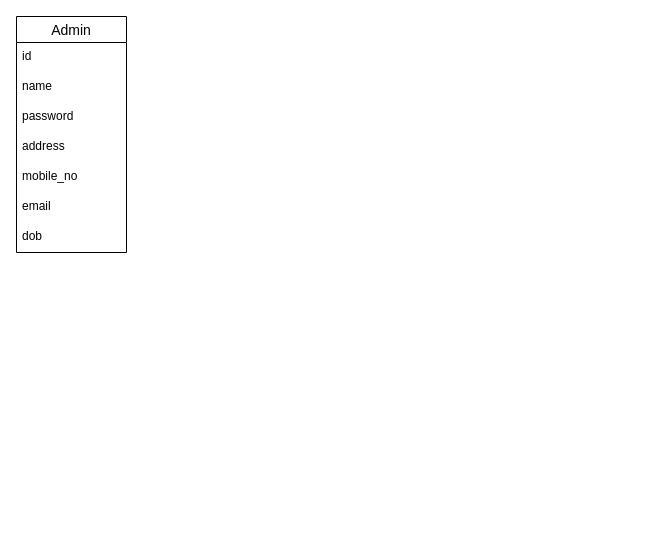
The draw.io diagram Untitled Diagram.drawio in ssaymanasrin10/projects, before the edit. Source tidied: cells renumbered, new cells numbered last; positions are measured from the earlier drawing's top-left corner, leaving out a move shared by most shapes. Both pictures are drawn from the tidied source at 100%, with x=0, y=0 at pixel (16, 16).
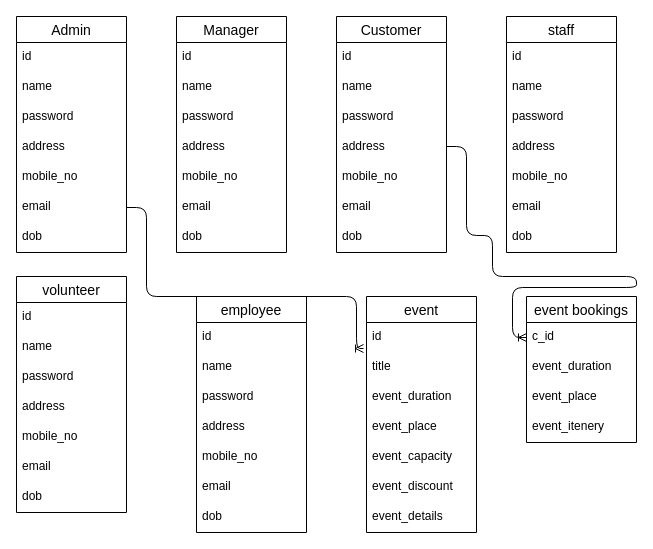
Above is the later version.

Unchanged cells that the change refers to:
```xml
<mxCell id="8" value="email" style="text;strokeColor=none;fillColor=none;spacingLeft=4;spacingRight=4;overflow=hidden;points=[[0,0.5],[1,0.5]];portConstraint=eastwest;fontSize=12;" parent="2" vertex="1">
  <mxGeometry y="176" width="110" height="30" as="geometry" />
</mxCell>
```

What changed in the source:
```diff
@@
+    <mxCell id="10" value="Manager" style="swimlane;fontStyle=0;horizontal=1;startSize=26;align=center;fontSize=14;" parent="1" vertex="1">
+      <mxGeometry x="160" width="110" height="236" as="geometry" />
+    </mxCell>
+    <mxCell id="11" value="id" style="text;strokeColor=none;fillColor=none;spacingLeft=4;spacingRight=4;overflow=hidden;fontSize=12;" parent="10" vertex="1">
+      <mxGeometry y="26" width="110" height="30" as="geometry" />
+    </mxCell>
+    <mxCell id="12" value="name" style="text;strokeColor=none;fillColor=none;spacingLeft=4;spacingRight=4;overflow=hidden;fontSize=12;" parent="10" vertex="1">
+      <mxGeometry y="56" width="110" height="30" as="geometry" />
+    </mxCell>
+    <mxCell id="13" value="password" style="text;strokeColor=none;fillColor=none;spacingLeft=4;spacingRight=4;overflow=hidden;fontSize=12;" parent="10" vertex="1">
+      <mxGeometry y="86" width="110" height="30" as="geometry" />
+    </mxCell>
+    <mxCell id="14" value="address" style="text;strokeColor=none;fillColor=none;spacingLeft=4;spacingRight=4;overflow=hidden;fontSize=12;" parent="10" vertex="1">
+      <mxGeometry y="116" width="110" height="30" as="geometry" />
+    </mxCell>
+    <mxCell id="15" value="mobile_no" style="text;strokeColor=none;fillColor=none;spacingLeft=4;spacingRight=4;overflow=hidden;fontSize=12;" parent="10" vertex="1">
+      <mxGeometry y="146" width="110" height="30" as="geometry" />
+    </mxCell>
+    <mxCell id="16" value="email" style="text;strokeColor=none;fillColor=none;spacingLeft=4;spacingRight=4;overflow=hidden;fontSize=12;" parent="10" vertex="1">
+      <mxGeometry y="176" width="110" height="30" as="geometry" />
+    </mxCell>
+    <mxCell id="17" value="dob" style="text;strokeColor=none;fillColor=none;spacingLeft=4;spacingRight=4;overflow=hidden;fontSize=12;" parent="10" vertex="1">
+      <mxGeometry y="206" width="110" height="30" as="geometry" />
+    </mxCell>
+    <mxCell id="18" value="Customer" style="swimlane;fontStyle=0;horizontal=1;startSize=26;align=center;fontSize=14;" parent="1" vertex="1">
+      <mxGeometry x="320" width="110" height="236" as="geometry" />
+    </mxCell>
+    <mxCell id="19" value="id" style="text;strokeColor=none;fillColor=none;spacingLeft=4;spacingRight=4;overflow=hidden;fontSize=12;" parent="18" vertex="1">
+      <mxGeometry y="26" width="110" height="30" as="geometry" />
+    </mxCell>
+    <mxCell id="20" value="name" style="text;strokeColor=none;fillColor=none;spacingLeft=4;spacingRight=4;overflow=hidden;fontSize=12;" parent="18" vertex="1">
+      <mxGeometry y="56" width="110" height="30" as="geometry" />
+    </mxCell>
+    <mxCell id="21" value="password" style="text;strokeColor=none;fillColor=none;spacingLeft=4;spacingRight=4;overflow=hidden;fontSize=12;" parent="18" vertex="1">
+      <mxGeometry y="86" width="110" height="30" as="geometry" />
+    </mxCell>
+    <mxCell id="22" value="address" style="text;strokeColor=none;fillColor=none;spacingLeft=4;spacingRight=4;overflow=hidden;fontSize=12;" parent="18" vertex="1">
+      <mxGeometry y="116" width="110" height="30" as="geometry" />
+    </mxCell>
+    <mxCell id="23" value="mobile_no" style="text;strokeColor=none;fillColor=none;spacingLeft=4;spacingRight=4;overflow=hidden;fontSize=12;" parent="18" vertex="1">
+      <mxGeometry y="146" width="110" height="30" as="geometry" />
+    </mxCell>
+    <mxCell id="24" value="email" style="text;strokeColor=none;fillColor=none;spacingLeft=4;spacingRight=4;overflow=hidden;fontSize=12;" parent="18" vertex="1">
+      <mxGeometry y="176" width="110" height="30" as="geometry" />
+    </mxCell>
+    <mxCell id="25" value="dob" style="text;strokeColor=none;fillColor=none;spacingLeft=4;spacingRight=4;overflow=hidden;fontSize=12;" parent="18" vertex="1">
+      <mxGeometry y="206" width="110" height="30" as="geometry" />
+    </mxCell>
+    <mxCell id="26" value="staff" style="swimlane;fontStyle=0;horizontal=1;startSize=26;align=center;fontSize=14;" parent="1" vertex="1">
+      <mxGeometry x="490" width="110" height="236" as="geometry" />
+    </mxCell>
+    <mxCell id="27" value="id" style="text;strokeColor=none;fillColor=none;spacingLeft=4;spacingRight=4;overflow=hidden;fontSize=12;" parent="26" vertex="1">
+      <mxGeometry y="26" width="110" height="30" as="geometry" />
+    </mxCell>
+    <mxCell id="28" value="name" style="text;strokeColor=none;fillColor=none;spacingLeft=4;spacingRight=4;overflow=hidden;fontSize=12;" parent="26" vertex="1">
+      <mxGeometry y="56" width="110" height="30" as="geometry" />
+    </mxCell>
+    <mxCell id="29" value="password" style="text;strokeColor=none;fillColor=none;spacingLeft=4;spacingRight=4;overflow=hidden;fontSize=12;" parent="26" vertex="1">
+      <mxGeometry y="86" width="110" height="30" as="geometry" />
+    </mxCell>
+    <mxCell id="30" value="address" style="text;strokeColor=none;fillColor=none;spacingLeft=4;spacingRight=4;overflow=hidden;fontSize=12;" parent="26" vertex="1">
+      <mxGeometry y="116" width="110" height="30" as="geometry" />
+    </mxCell>
+    <mxCell id="31" value="mobile_no" style="text;strokeColor=none;fillColor=none;spacingLeft=4;spacingRight=4;overflow=hidden;fontSize=12;" parent="26" vertex="1">
+      <mxGeometry y="146" width="110" height="30" as="geometry" />
+    </mxCell>
+    <mxCell id="32" value="email" style="text;strokeColor=none;fillColor=none;spacingLeft=4;spacingRight=4;overflow=hidden;fontSize=12;" parent="26" vertex="1">
+      <mxGeometry y="176" width="110" height="30" as="geometry" />
+    </mxCell>
+    <mxCell id="33" value="dob" style="text;strokeColor=none;fillColor=none;spacingLeft=4;spacingRight=4;overflow=hidden;fontSize=12;" parent="26" vertex="1">
+      <mxGeometry y="206" width="110" height="30" as="geometry" />
+    </mxCell>
+    <mxCell id="34" value="volunteer" style="swimlane;fontStyle=0;horizontal=1;startSize=26;align=center;fontSize=14;" parent="1" vertex="1">
+      <mxGeometry y="260" width="110" height="236" as="geometry" />
+    </mxCell>
+    <mxCell id="35" value="id" style="text;strokeColor=none;fillColor=none;spacingLeft=4;spacingRight=4;overflow=hidden;fontSize=12;" parent="34" vertex="1">
+      <mxGeometry y="26" width="110" height="30" as="geometry" />
+    </mxCell>
+    <mxCell id="36" value="name" style="text;strokeColor=none;fillColor=none;spacingLeft=4;spacingRight=4;overflow=hidden;fontSize=12;" parent="34" vertex="1">
+      <mxGeometry y="56" width="110" height="30" as="geometry" />
+    </mxCell>
+    <mxCell id="37" value="password" style="text;strokeColor=none;fillColor=none;spacingLeft=4;spacingRight=4;overflow=hidden;fontSize=12;" parent="34" vertex="1">
+      <mxGeometry y="86" width="110" height="30" as="geometry" />
+    </mxCell>
+    <mxCell id="38" value="address" style="text;strokeColor=none;fillColor=none;spacingLeft=4;spacingRight=4;overflow=hidden;fontSize=12;" parent="34" vertex="1">
+      <mxGeometry y="116" width="110" height="30" as="geometry" />
+    </mxCell>
+    <mxCell id="39" value="mobile_no" style="text;strokeColor=none;fillColor=none;spacingLeft=4;spacingRight=4;overflow=hidden;fontSize=12;" parent="34" vertex="1">
+      <mxGeometry y="146" width="110" height="30" as="geometry" />
+    </mxCell>
+    <mxCell id="40" value="email" style="text;strokeColor=none;fillColor=none;spacingLeft=4;spacingRight=4;overflow=hidden;fontSize=12;" parent="34" vertex="1">
+      <mxGeometry y="176" width="110" height="30" as="geometry" />
+    </mxCell>
+    <mxCell id="41" value="dob" style="text;strokeColor=none;fillColor=none;spacingLeft=4;spacingRight=4;overflow=hidden;fontSize=12;" parent="34" vertex="1">
+      <mxGeometry y="206" width="110" height="30" as="geometry" />
+    </mxCell>
+    <mxCell id="42" value="employee" style="swimlane;fontStyle=0;horizontal=1;startSize=26;align=center;fontSize=14;" parent="1" vertex="1">
+      <mxGeometry x="180" y="280" width="110" height="236" as="geometry" />
+    </mxCell>
+    <mxCell id="43" value="id" style="text;strokeColor=none;fillColor=none;spacingLeft=4;spacingRight=4;overflow=hidden;fontSize=12;" parent="42" vertex="1">
+      <mxGeometry y="26" width="110" height="30" as="geometry" />
+    </mxCell>
+    <mxCell id="44" value="name" style="text;strokeColor=none;fillColor=none;spacingLeft=4;spacingRight=4;overflow=hidden;fontSize=12;" parent="42" vertex="1">
+      <mxGeometry y="56" width="110" height="30" as="geometry" />
+    </mxCell>
+    <mxCell id="45" value="password" style="text;strokeColor=none;fillColor=none;spacingLeft=4;spacingRight=4;overflow=hidden;fontSize=12;" parent="42" vertex="1">
+      <mxGeometry y="86" width="110" height="30" as="geometry" />
+    </mxCell>
+    <mxCell id="46" value="address" style="text;strokeColor=none;fillColor=none;spacingLeft=4;spacingRight=4;overflow=hidden;fontSize=12;" parent="42" vertex="1">
+      <mxGeometry y="116" width="110" height="30" as="geometry" />
+    </mxCell>
+    <mxCell id="47" value="mobile_no" style="text;strokeColor=none;fillColor=none;spacingLeft=4;spacingRight=4;overflow=hidden;fontSize=12;" parent="42" vertex="1">
+      <mxGeometry y="146" width="110" height="30" as="geometry" />
+    </mxCell>
+    <mxCell id="48" value="email" style="text;strokeColor=none;fillColor=none;spacingLeft=4;spacingRight=4;overflow=hidden;fontSize=12;" parent="42" vertex="1">
+      <mxGeometry y="176" width="110" height="30" as="geometry" />
+    </mxCell>
+    <mxCell id="49" value="dob" style="text;strokeColor=none;fillColor=none;spacingLeft=4;spacingRight=4;overflow=hidden;fontSize=12;" parent="42" vertex="1">
+      <mxGeometry y="206" width="110" height="30" as="geometry" />
+    </mxCell>
+    <mxCell id="50" value="event" style="swimlane;fontStyle=0;horizontal=1;startSize=26;align=center;fontSize=14;" parent="1" vertex="1">
+      <mxGeometry x="350" y="280" width="110" height="236" as="geometry" />
+    </mxCell>
+    <mxCell id="51" value="id" style="text;strokeColor=none;fillColor=none;spacingLeft=4;spacingRight=4;overflow=hidden;points=[[0,0.5],[1,0.5]];portConstraint=eastwest;fontSize=12;" parent="50" vertex="1">
+      <mxGeometry y="26" width="110" height="30" as="geometry" />
+    </mxCell>
+    <mxCell id="52" value="title" style="text;strokeColor=none;fillColor=none;spacingLeft=4;spacingRight=4;overflow=hidden;fontSize=12;" parent="50" vertex="1">
+      <mxGeometry y="56" width="110" height="30" as="geometry" />
+    </mxCell>
+    <mxCell id="53" value="event_duration" style="text;strokeColor=none;fillColor=none;spacingLeft=4;spacingRight=4;overflow=hidden;fontSize=12;" parent="50" vertex="1">
+      <mxGeometry y="86" width="110" height="30" as="geometry" />
+    </mxCell>
+    <mxCell id="54" value="event_place" style="text;strokeColor=none;fillColor=none;spacingLeft=4;spacingRight=4;overflow=hidden;fontSize=12;" parent="50" vertex="1">
+      <mxGeometry y="116" width="110" height="30" as="geometry" />
+    </mxCell>
+    <mxCell id="55" value="event_capacity" style="text;strokeColor=none;fillColor=none;spacingLeft=4;spacingRight=4;overflow=hidden;fontSize=12;" parent="50" vertex="1">
+      <mxGeometry y="146" width="110" height="30" as="geometry" />
+    </mxCell>
+    <mxCell id="56" value="event_discount" style="text;strokeColor=none;fillColor=none;spacingLeft=4;spacingRight=4;overflow=hidden;fontSize=12;" parent="50" vertex="1">
+      <mxGeometry y="176" width="110" height="30" as="geometry" />
+    </mxCell>
+    <mxCell id="57" value="event_details" style="text;strokeColor=none;fillColor=none;spacingLeft=4;spacingRight=4;overflow=hidden;fontSize=12;" parent="50" vertex="1">
+      <mxGeometry y="206" width="110" height="30" as="geometry" />
+    </mxCell>
+    <mxCell id="58" value="event bookings" style="swimlane;fontStyle=0;horizontal=1;startSize=26;align=center;fontSize=14;" parent="1" vertex="1">
+      <mxGeometry x="510" y="280" width="110" height="146" as="geometry" />
+    </mxCell>
+    <mxCell id="59" value="c_id" style="text;strokeColor=none;fillColor=none;spacingLeft=4;spacingRight=4;overflow=hidden;points=[[0,0.5],[1,0.5]];portConstraint=eastwest;fontSize=12;" parent="58" vertex="1">
+      <mxGeometry y="26" width="110" height="30" as="geometry" />
+    </mxCell>
+    <mxCell id="60" value="event_duration" style="text;strokeColor=none;fillColor=none;spacingLeft=4;spacingRight=4;overflow=hidden;fontSize=12;" parent="58" vertex="1">
+      <mxGeometry y="56" width="110" height="30" as="geometry" />
+    </mxCell>
+    <mxCell id="61" value="event_place" style="text;strokeColor=none;fillColor=none;spacingLeft=4;spacingRight=4;overflow=hidden;fontSize=12;" parent="58" vertex="1">
+      <mxGeometry y="86" width="110" height="30" as="geometry" />
+    </mxCell>
+    <mxCell id="62" value="event_itenery" style="text;strokeColor=none;fillColor=none;spacingLeft=4;spacingRight=4;overflow=hidden;fontSize=12;" parent="58" vertex="1">
+      <mxGeometry y="116" width="110" height="30" as="geometry" />
+    </mxCell>
+    <mxCell id="63" style="edgeStyle=orthogonalEdgeStyle;fontSize=12;html=1;endArrow=ERoneToMany;exitX=1;exitY=0.5;exitDx=0;exitDy=0;entryX=-0.027;entryY=0.867;entryDx=0;entryDy=0;entryPerimeter=0;" parent="1" edge="1" source="8" target="51">
+      <mxGeometry relative="1" as="geometry">
+        <Array as="points">
+          <mxPoint x="130" y="191" />
+          <mxPoint x="130" y="280" />
+          <mxPoint x="340" y="280" />
+          <mxPoint x="340" y="332" />
+        </Array>
+      </mxGeometry>
+    </mxCell>
+    <mxCell id="64" style="edgeStyle=orthogonalEdgeStyle;fontSize=12;html=1;endArrow=ERoneToMany;entryX=0;entryY=0.5;entryDx=0;entryDy=0;" parent="1" edge="1" target="59">
+      <mxGeometry relative="1" as="geometry">
+        <mxPoint x="430" y="130" as="sourcePoint" />
+        <Array as="points">
+          <mxPoint x="450" y="130" />
+          <mxPoint x="450" y="219" />
+          <mxPoint x="476" y="219" />
+          <mxPoint x="476" y="260" />
+          <mxPoint x="620" y="260" />
+          <mxPoint x="620" y="271" />
+          <mxPoint x="496" y="271" />
+          <mxPoint x="496" y="321" />
+        </Array>
+      </mxGeometry>
+    </mxCell>
```
